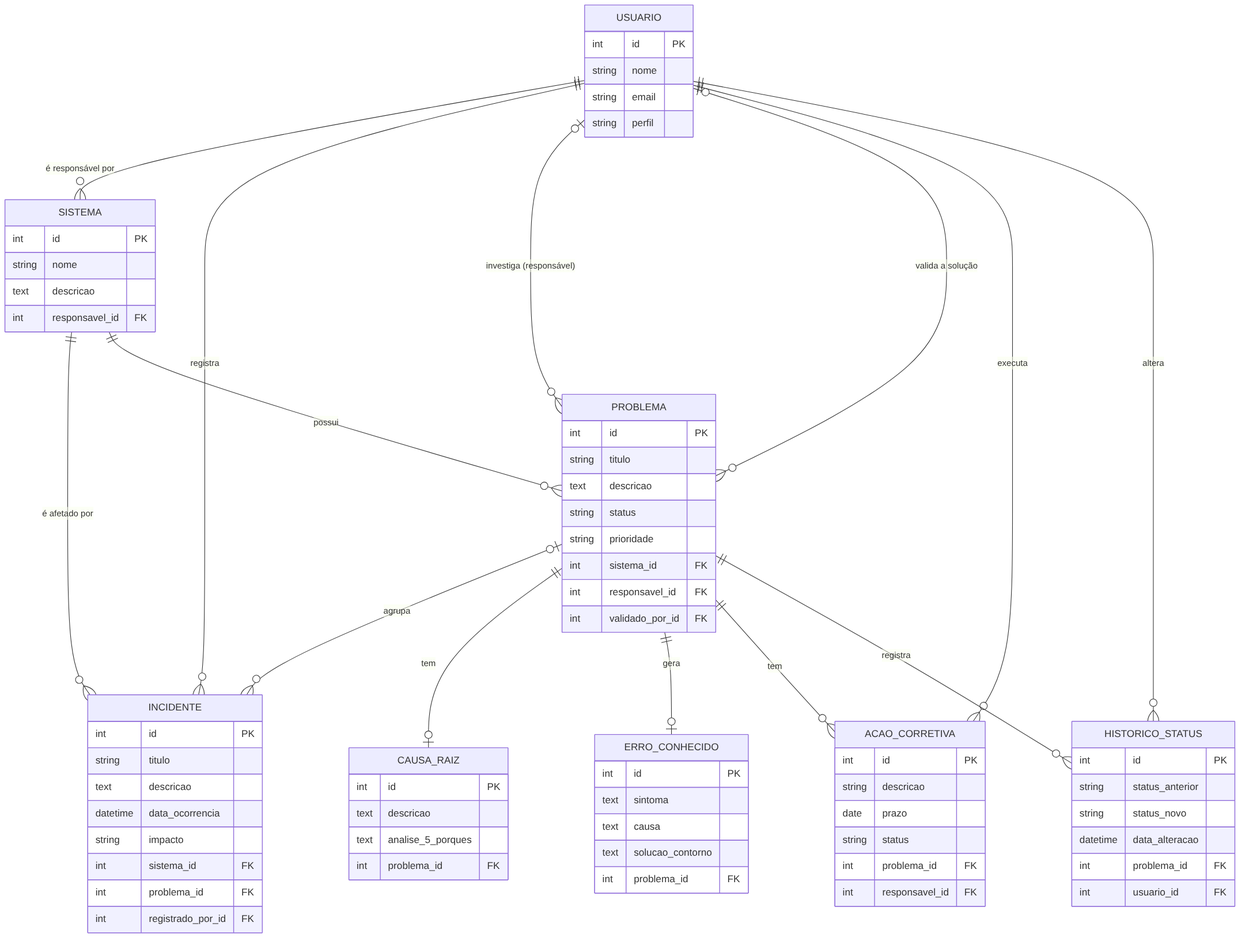
This is docs/diagramas/er.png from pcsdv0/governanca-ti-grupo7-gestao-problemas, a Mermaid export, as it was before one commit. Its source is kept beside it as docs/diagramas/er.mmd. The source it was exported from:
```mermaid
erDiagram
    USUARIO ||--o{ SISTEMA : "é responsável por"
    USUARIO ||--o{ INCIDENTE : "registra"
    USUARIO |o--o{ PROBLEMA : "investiga (responsável)"
    USUARIO |o--o{ PROBLEMA : "valida a solução"
    USUARIO ||--o{ ACAO_CORRETIVA : "executa"
    USUARIO ||--o{ HISTORICO_STATUS : "altera"
    SISTEMA ||--o{ INCIDENTE : "é afetado por"
    SISTEMA ||--o{ PROBLEMA : "possui"
    PROBLEMA |o--o{ INCIDENTE : "agrupa"
    PROBLEMA ||--o| CAUSA_RAIZ : "tem"
    PROBLEMA ||--o| ERRO_CONHECIDO : "gera"
    PROBLEMA ||--o{ ACAO_CORRETIVA : "tem"
    PROBLEMA ||--o{ HISTORICO_STATUS : "registra"
    USUARIO { int id PK
        string nome
        string email
        string perfil }
    SISTEMA { int id PK
        string nome
        text descricao
        int responsavel_id FK }
    INCIDENTE { int id PK
        string titulo
        text descricao
        datetime data_ocorrencia
        string impacto
        int sistema_id FK
        int problema_id FK
        int registrado_por_id FK }
    PROBLEMA { int id PK
        string titulo
        text descricao
        string status
        string prioridade
        int sistema_id FK
        int responsavel_id FK
        int validado_por_id FK }
    CAUSA_RAIZ { int id PK
        text descricao
        text analise_5_porques
        int problema_id FK }
    ERRO_CONHECIDO { int id PK
        text sintoma
        text causa
        text solucao_contorno
        int problema_id FK }
    ACAO_CORRETIVA { int id PK
        string descricao
        date prazo
        string status
        int problema_id FK
        int responsavel_id FK }
    HISTORICO_STATUS { int id PK
        string status_anterior
        string status_novo
        datetime data_alteracao
        int problema_id FK
        int usuario_id FK }
```
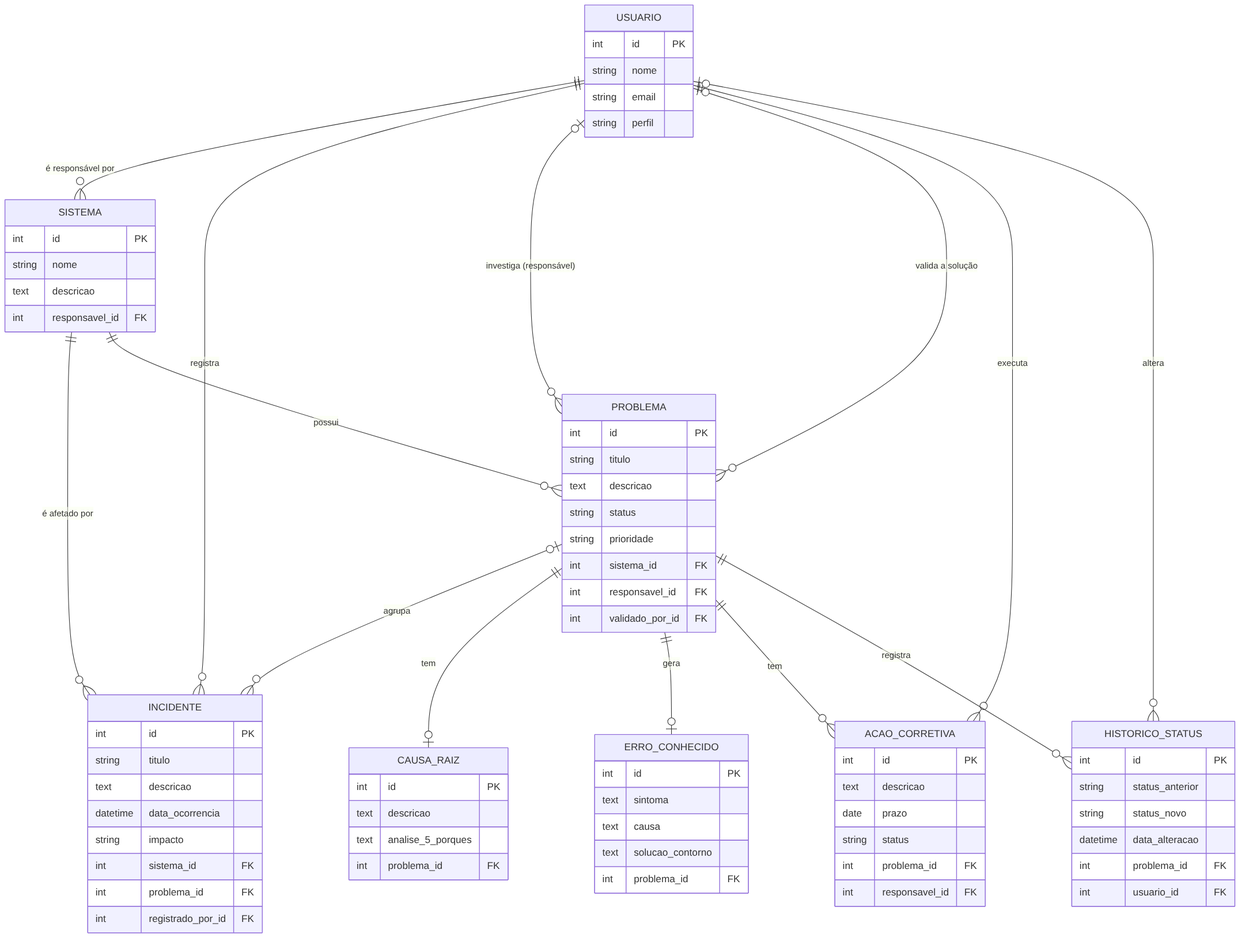
After the change.

Commit message:
fix(auditoria): contagem de ocorrências no detalhe (RF12) e diagramas alinhados ao sistema

What changed in the source:
```diff
@@ -4,7 +4,7 @@
     USUARIO |o--o{ PROBLEMA : "investiga (responsável)"
     USUARIO |o--o{ PROBLEMA : "valida a solução"
     USUARIO ||--o{ ACAO_CORRETIVA : "executa"
-    USUARIO ||--o{ HISTORICO_STATUS : "altera"
+    USUARIO |o--o{ HISTORICO_STATUS : "altera"
     SISTEMA ||--o{ INCIDENTE : "é afetado por"
     SISTEMA ||--o{ PROBLEMA : "possui"
     PROBLEMA |o--o{ INCIDENTE : "agrupa"
@@ -46,7 +46,7 @@
         text solucao_contorno
         int problema_id FK }
     ACAO_CORRETIVA { int id PK
-        string descricao
+        text descricao
         date prazo
         string status
         int problema_id FK
```
